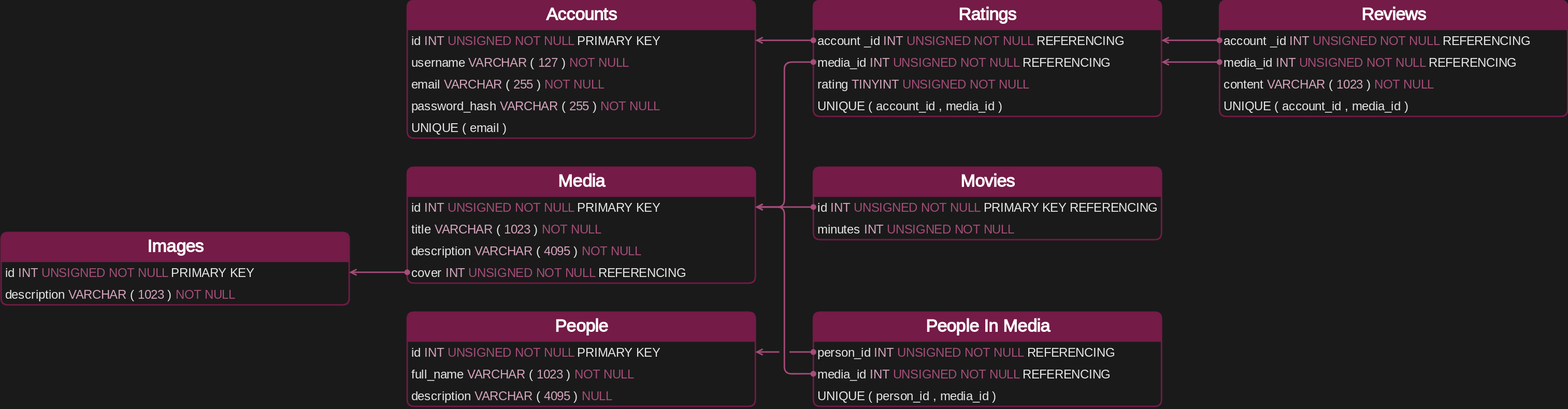
Above: sql/diagram.drawio.svg in Lumoddy/advanced-web (draw.io), before the change. Source tidied: cells renumbered, new cells last; positions are measured from the earlier drawing's top-left corner, leaving out a move shared by most shapes.
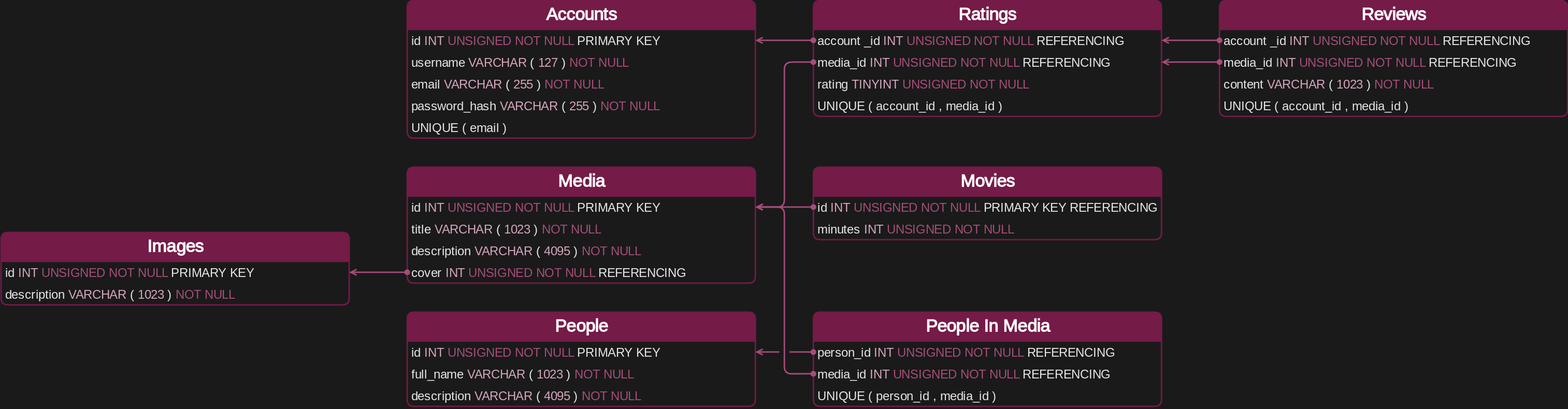
Later version of the same file.

Change to the diagram source:
```diff
@@ -26,7 +26,7 @@
     <mxCell id="9" value="&lt;div&gt;&lt;div&gt;&lt;font style=&quot;color: rgb(230, 230, 230);&quot;&gt;full_name&lt;/font&gt;&lt;font style=&quot;color: rgb(155, 219, 254);&quot;&gt; &lt;/font&gt;&lt;font style=&quot;color: rgb(213, 166, 189);&quot;&gt;VARCHAR&lt;/font&gt;&lt;font style=&quot;color: rgb(230, 230, 230);&quot;&gt;(&lt;/font&gt;&lt;font style=&quot;color: rgb(213, 166, 189);&quot;&gt;1023&lt;/font&gt;&lt;font style=&quot;color: rgb(230, 230, 230);&quot;&gt;) &lt;/font&gt;&lt;font style=&quot;color: rgb(166, 77, 121);&quot;&gt;NOT NULL&lt;span style=&quot;white-space: pre;&quot;&gt;&#9;&lt;/span&gt;&lt;/font&gt;&lt;/div&gt;&lt;/div&gt;" style="text;strokeColor=none;fillColor=none;align=left;verticalAlign=top;spacingLeft=4;spacingRight=4;overflow=hidden;whiteSpace=wrap;html=1;fontFamily=Consolas;fontSource=https%3A%2F%2Ffonts.googleapis.com%2Fcss%3Ffamily%3DConsolas;fontSize=17;fontColor=#E6E6E6;fontStyle=0;spacingTop=0;" parent="7" vertex="1">
       <mxGeometry y="70" width="480" height="30" as="geometry" />
     </mxCell>
-    <mxCell id="10" value="&lt;div&gt;&lt;div&gt;&lt;font style=&quot;color: rgb(230, 230, 230);&quot;&gt;description&lt;/font&gt;&lt;font style=&quot;color: rgb(155, 219, 254);&quot;&gt; &lt;/font&gt;&lt;font style=&quot;color: rgb(213, 166, 189);&quot;&gt;VARCHAR&lt;/font&gt;&lt;font style=&quot;color: rgb(230, 230, 230);&quot;&gt;(&lt;/font&gt;&lt;font style=&quot;color: rgb(213, 166, 189);&quot;&gt;4095&lt;/font&gt;&lt;font style=&quot;color: rgb(230, 230, 230);&quot;&gt;) &lt;/font&gt;&lt;font style=&quot;color: rgb(166, 77, 121);&quot;&gt;NULL&lt;/font&gt;&lt;/div&gt;&lt;/div&gt;" style="text;strokeColor=none;fillColor=none;align=left;verticalAlign=top;spacingLeft=4;spacingRight=4;overflow=hidden;whiteSpace=wrap;html=1;fontFamily=Consolas;fontSource=https%3A%2F%2Ffonts.googleapis.com%2Fcss%3Ffamily%3DConsolas;fontSize=17;fontColor=#E6E6E6;fontStyle=0;spacingTop=0;" parent="7" vertex="1">
+    <mxCell id="10" value="&lt;div&gt;&lt;div&gt;&lt;font style=&quot;color: rgb(230, 230, 230);&quot;&gt;description&lt;/font&gt;&lt;font style=&quot;color: rgb(155, 219, 254);&quot;&gt; &lt;/font&gt;&lt;font style=&quot;color: rgb(213, 166, 189);&quot;&gt;VARCHAR&lt;/font&gt;&lt;font style=&quot;color: rgb(230, 230, 230);&quot;&gt;(&lt;/font&gt;&lt;font style=&quot;color: rgb(213, 166, 189);&quot;&gt;4095&lt;/font&gt;&lt;font style=&quot;color: rgb(230, 230, 230);&quot;&gt;) &lt;/font&gt;&lt;font style=&quot;color: rgb(166, 77, 121);&quot;&gt;NOT NULL&lt;/font&gt;&lt;/div&gt;&lt;/div&gt;" style="text;strokeColor=none;fillColor=none;align=left;verticalAlign=top;spacingLeft=4;spacingRight=4;overflow=hidden;whiteSpace=wrap;html=1;fontFamily=Consolas;fontSource=https%3A%2F%2Ffonts.googleapis.com%2Fcss%3Ffamily%3DConsolas;fontSize=17;fontColor=#E6E6E6;fontStyle=0;spacingTop=0;" parent="7" vertex="1">
       <mxGeometry y="100" width="480" height="30" as="geometry" />
     </mxCell>
     <mxCell id="11" value="&lt;span style=&quot;color: rgb(255, 255, 255);&quot;&gt;People&amp;nbsp;&lt;/span&gt;In Media" style="swimlane;fontStyle=1;horizontal=1;startSize=40;fillColor=#741B47;rounded=1;strokeColor=#741B47;strokeWidth=2;align=center;verticalAlign=middle;fontFamily=Montserrat;fontSource=https%3A%2F%2Ffonts.googleapis.com%2Fcss%3Ffamily%3DMontserrat;fontSize=24;fontColor=#FFFFFF;html=1;swimlaneFillColor=none;gradientColor=none;spacingBottom=0;arcSize=8;" parent="1" vertex="1">
```
